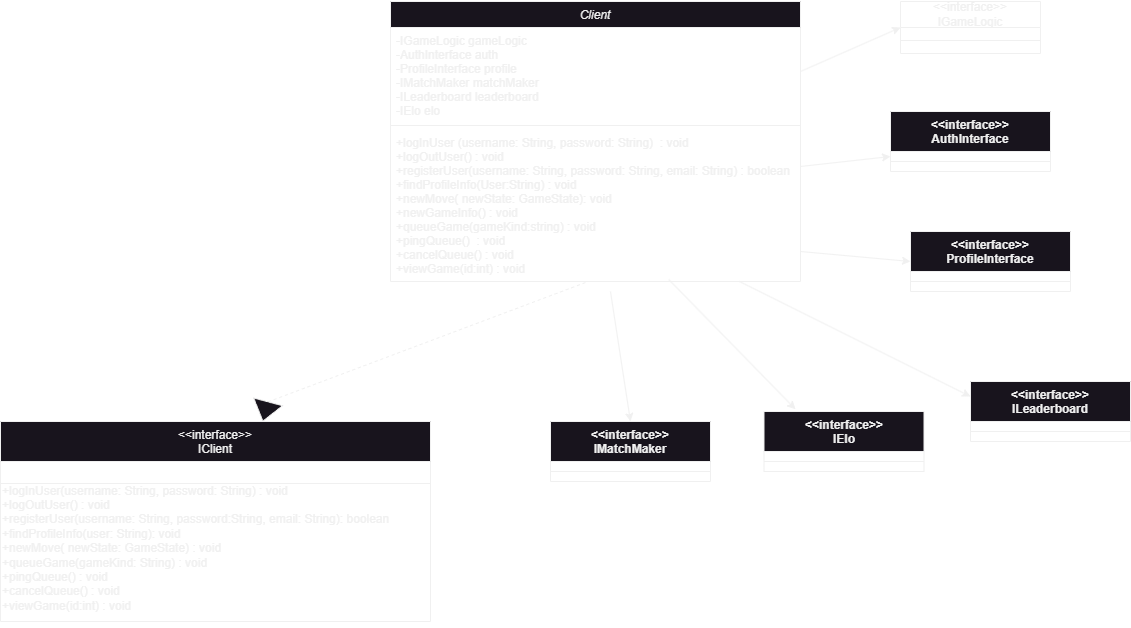
This is Networking-Diagrams/Client_classDiagram.png from aeMyst/Minigame-Portal, a draw.io export, as it was before one commit. Source tidied: cells renumbered, new cells last; positions are measured from the earlier drawing's top-left corner, leaving out a move shared by most shapes. The source it was exported from:
```xml
<mxGraphModel>
  <root>
    <mxCell id="0" />
    <mxCell id="1" parent="0" />
    <mxCell id="2" value="Client" style="swimlane;fontStyle=2;align=center;verticalAlign=top;horizontal=1;startSize=26;rounded=0;shadow=0;strokeWidth=1;" parent="1" vertex="1">
      <mxGeometry x="390" width="410" height="280" as="geometry" />
    </mxCell>
    <mxCell id="3" value="-IGameLogic gameLogic&#10;-AuthInterface auth&#10;-ProfileInterface profile&#10;-IMatchMaker matchMaker&#10;-ILeaderboard leaderboard&#10;-IElo elo&#10;" style="text;align=left;verticalAlign=top;spacingLeft=4;spacingRight=4;overflow=hidden;" parent="2" vertex="1">
      <mxGeometry y="26" width="410" height="94" as="geometry" />
    </mxCell>
    <mxCell id="4" style="line;html=1;strokeWidth=1;align=left;verticalAlign=middle;spacingTop=-1;spacingLeft=3;spacingRight=3;labelPosition=right;" parent="2" vertex="1">
      <mxGeometry y="120" width="410" height="8" as="geometry" />
    </mxCell>
    <mxCell id="5" value="+logInUser (username: String, password: String)  : void&#10;+logOutUser() : void&#10;+registerUser(username: String, password: String, email: String) : boolean&#10;+findProfileInfo(User:String) : void&#10;+newMove( newState: GameState): void&#10;+newGameInfo() : void&#10;+queueGame(gameKind:string) : void&#10;+pingQueue()  : void&#10;+cancelQueue() : void&#10;+viewGame(id:int) : void&#10;&#10;" style="text;align=left;verticalAlign=top;spacingLeft=4;spacingRight=4;overflow=hidden;points=[[0,0.5],[1,0.5]];portConstraint=eastwest;" parent="2" vertex="1">
      <mxGeometry y="128" width="410" height="150" as="geometry" />
    </mxCell>
    <mxCell id="6" style="endArrow=classic;html=1;rounded=0;entryX=0;entryY=0.25;entryDx=0;entryDy=0;" parent="2" edge="1" target="20">
      <mxGeometry relative="1" as="geometry">
        <mxPoint x="349" y="280" as="sourcePoint" />
      </mxGeometry>
    </mxCell>
    <mxCell id="7" value="&lt;&lt;interface&gt;&gt;&#10;IClient" style="swimlane;fontStyle=0;align=center;verticalAlign=top;horizontal=1;startSize=40;rounded=0;shadow=0;strokeWidth=1;" parent="1" vertex="1">
      <mxGeometry y="420" width="430" height="200" as="geometry" />
    </mxCell>
    <mxCell id="8" style="line;html=1;strokeWidth=1;align=left;verticalAlign=middle;spacingTop=-1;spacingLeft=3;spacingRight=3;labelPosition=right;" parent="7" vertex="1">
      <mxGeometry y="40" width="430" height="44" as="geometry" />
    </mxCell>
    <mxCell id="9" value="+logInUser(username: String, password: String) : void&lt;div&gt;+logOutUser() : void&lt;/div&gt;&lt;div&gt;+registerUser(username: String, password:String, email: String): boolean&lt;/div&gt;&lt;div&gt;+findProfileInfo(user: String): void&lt;/div&gt;&lt;div&gt;+newMove( newState: GameState) : void&lt;/div&gt;&lt;div&gt;+queueGame(gameKind: String) : void&lt;/div&gt;&lt;div&gt;+pingQueue() : void&lt;/div&gt;&lt;div&gt;+cancelQueue() : void&lt;/div&gt;&lt;div&gt;+viewGame(id:int) : void&lt;/div&gt;&lt;div&gt;&lt;br&gt;&lt;/div&gt;" style="text;html=1;align=left;verticalAlign=middle;whiteSpace=wrap;rounded=0;" parent="7" vertex="1">
      <mxGeometry y="84" width="430" height="100" as="geometry" />
    </mxCell>
    <mxCell id="10" style="endArrow=none;dashed=1;html=1;rounded=0;exitX=0;exitY=0.5;exitDx=0;exitDy=0;" parent="1" edge="1" source="11">
      <mxGeometry relative="1" as="geometry">
        <mxPoint x="587.8" y="280" as="targetPoint" />
      </mxGeometry>
    </mxCell>
    <mxCell id="11" style="triangle;whiteSpace=wrap;html=1;direction=south;rotation=15;" parent="1" vertex="1">
      <mxGeometry x="250" y="400" width="30" height="20" as="geometry" />
    </mxCell>
    <mxCell id="12" value="&amp;lt;&amp;lt;interface&amp;gt;&amp;gt;&lt;div&gt;IGameLogic&lt;/div&gt;" style="swimlane;fontStyle=0;horizontal=1;startSize=26;fillColor=none;whiteSpace=wrap;html=1;" parent="1" vertex="1">
      <mxGeometry x="900" width="140" height="52" as="geometry" />
    </mxCell>
    <mxCell id="13" style="endArrow=none;html=1;rounded=0;entryX=1;entryY=0.75;entryDx=0;entryDy=0;exitX=0;exitY=0.75;exitDx=0;exitDy=0;" parent="1" edge="1" source="12" target="12">
      <mxGeometry relative="1" as="geometry" />
    </mxCell>
    <mxCell id="14" value="&amp;lt;&amp;lt;interface&amp;gt;&amp;gt;&lt;div&gt;AuthInterface&lt;/div&gt;" style="swimlane;fontStyle=1;align=center;verticalAlign=top;horizontal=1;startSize=40;whiteSpace=wrap;html=1;" parent="1" vertex="1">
      <mxGeometry x="890" y="110" width="160" height="60" as="geometry" />
    </mxCell>
    <mxCell id="15" style="line;strokeWidth=1;fillColor=none;align=left;verticalAlign=middle;spacingTop=-1;spacingLeft=3;spacingRight=3;labelPosition=right;strokeColor=inherit;" parent="14" vertex="1">
      <mxGeometry y="40" width="160" height="20" as="geometry" />
    </mxCell>
    <mxCell id="16" value="&amp;lt;&amp;lt;interface&amp;gt;&amp;gt;&lt;div&gt;ProfileInterface&lt;/div&gt;" style="swimlane;fontStyle=1;align=center;verticalAlign=top;horizontal=1;startSize=40;whiteSpace=wrap;html=1;" parent="1" vertex="1">
      <mxGeometry x="910" y="230" width="160" height="60" as="geometry" />
    </mxCell>
    <mxCell id="17" style="line;strokeWidth=1;fillColor=none;align=left;verticalAlign=middle;spacingTop=-1;spacingLeft=3;spacingRight=3;labelPosition=right;strokeColor=inherit;" parent="16" vertex="1">
      <mxGeometry y="40" width="160" height="20" as="geometry" />
    </mxCell>
    <mxCell id="18" value="&amp;lt;&amp;lt;interface&amp;gt;&amp;gt;&lt;div&gt;IMatchMaker&lt;/div&gt;" style="swimlane;fontStyle=1;align=center;verticalAlign=top;horizontal=1;startSize=40;whiteSpace=wrap;html=1;" parent="1" vertex="1">
      <mxGeometry x="550" y="420" width="160" height="60" as="geometry" />
    </mxCell>
    <mxCell id="19" style="line;strokeWidth=1;fillColor=none;align=left;verticalAlign=middle;spacingTop=-1;spacingLeft=3;spacingRight=3;labelPosition=right;strokeColor=inherit;" parent="18" vertex="1">
      <mxGeometry y="40" width="160" height="20" as="geometry" />
    </mxCell>
    <mxCell id="20" value="&amp;lt;&amp;lt;interface&amp;gt;&amp;gt;&lt;div&gt;ILeaderboard&lt;/div&gt;" style="swimlane;fontStyle=1;align=center;verticalAlign=top;horizontal=1;startSize=40;whiteSpace=wrap;html=1;" parent="1" vertex="1">
      <mxGeometry x="970" y="380" width="160" height="60" as="geometry" />
    </mxCell>
    <mxCell id="21" style="line;strokeWidth=1;fillColor=none;align=left;verticalAlign=middle;spacingTop=-1;spacingLeft=3;spacingRight=3;labelPosition=right;strokeColor=inherit;" parent="20" vertex="1">
      <mxGeometry y="40" width="160" height="20" as="geometry" />
    </mxCell>
    <mxCell id="22" value="&amp;lt;&amp;lt;interface&amp;gt;&amp;gt;&lt;div&gt;IElo&lt;/div&gt;" style="swimlane;fontStyle=1;align=center;verticalAlign=top;horizontal=1;startSize=40;whiteSpace=wrap;html=1;" parent="1" vertex="1">
      <mxGeometry x="763.5" y="410" width="160" height="60" as="geometry" />
    </mxCell>
    <mxCell id="23" style="line;strokeWidth=1;fillColor=none;align=left;verticalAlign=middle;spacingTop=-1;spacingLeft=3;spacingRight=3;labelPosition=right;strokeColor=inherit;" parent="22" vertex="1">
      <mxGeometry y="40" width="160" height="20" as="geometry" />
    </mxCell>
    <mxCell id="24" style="endArrow=classic;html=1;rounded=0;entryX=0;entryY=0.5;entryDx=0;entryDy=0;" parent="1" edge="1" target="12">
      <mxGeometry relative="1" as="geometry">
        <mxPoint x="800" y="70" as="sourcePoint" />
      </mxGeometry>
    </mxCell>
    <mxCell id="25" style="endArrow=classic;html=1;rounded=0;entryX=0;entryY=0.75;entryDx=0;entryDy=0;" parent="1" edge="1" target="14">
      <mxGeometry relative="1" as="geometry">
        <mxPoint x="800" y="165" as="sourcePoint" />
      </mxGeometry>
    </mxCell>
    <mxCell id="26" style="endArrow=classic;html=1;rounded=0;entryX=0;entryY=0.5;entryDx=0;entryDy=0;" parent="1" edge="1" target="16">
      <mxGeometry relative="1" as="geometry">
        <mxPoint x="800" y="250" as="sourcePoint" />
      </mxGeometry>
    </mxCell>
    <mxCell id="27" style="endArrow=classic;html=1;rounded=0;entryX=0.197;entryY=-0.037;entryDx=0;entryDy=0;entryPerimeter=0;" parent="1" edge="1" source="5" target="22">
      <mxGeometry relative="1" as="geometry" />
    </mxCell>
    <mxCell id="28" style="endArrow=classic;html=1;rounded=0;entryX=0.5;entryY=0;entryDx=0;entryDy=0;" parent="1" edge="1" target="18">
      <mxGeometry relative="1" as="geometry">
        <mxPoint x="610" y="290" as="sourcePoint" />
      </mxGeometry>
    </mxCell>
  </root>
</mxGraphModel>
```
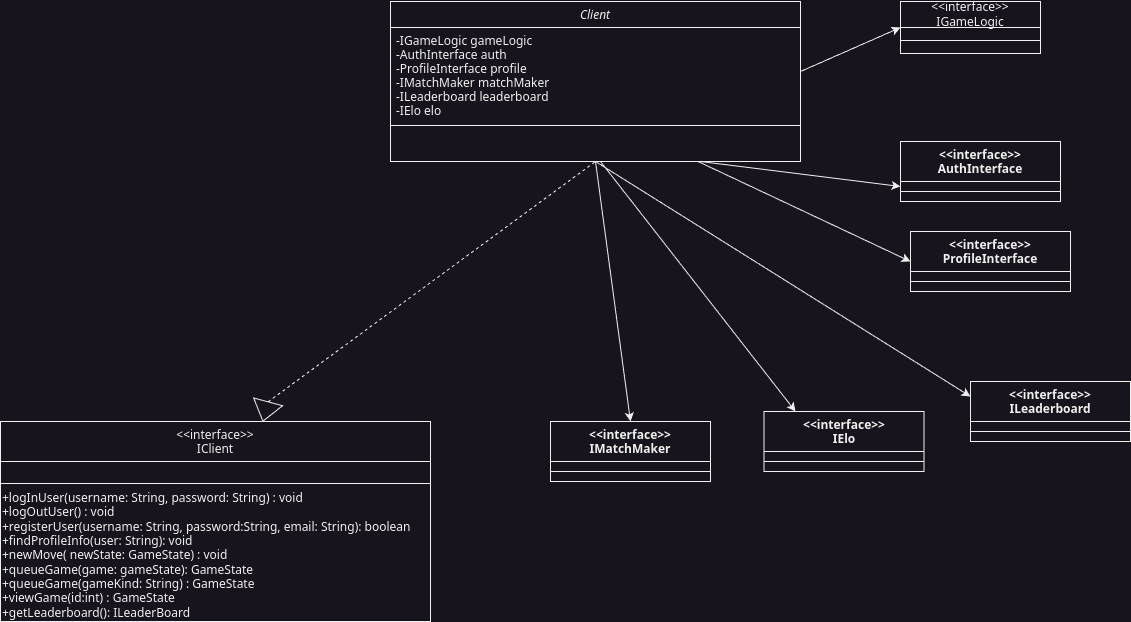
Later version of the same file.

Commit message:
Made Changes to the Client Class

Diff of the diagram source:
```diff
@@ -3,7 +3,7 @@
     <mxCell id="0" />
     <mxCell id="1" parent="0" />
     <mxCell id="2" value="Client" style="swimlane;fontStyle=2;align=center;verticalAlign=top;horizontal=1;startSize=26;rounded=0;shadow=0;strokeWidth=1;" parent="1" vertex="1">
-      <mxGeometry x="390" width="410" height="280" as="geometry" />
+      <mxGeometry x="390" width="410" height="160" as="geometry" />
     </mxCell>
     <mxCell id="3" value="-IGameLogic gameLogic&#10;-AuthInterface auth&#10;-ProfileInterface profile&#10;-IMatchMaker matchMaker&#10;-ILeaderboard leaderboard&#10;-IElo elo&#10;" style="text;align=left;verticalAlign=top;spacingLeft=4;spacingRight=4;overflow=hidden;" parent="2" vertex="1">
       <mxGeometry y="26" width="410" height="94" as="geometry" />
@@ -11,27 +11,17 @@
     <mxCell id="4" style="line;html=1;strokeWidth=1;align=left;verticalAlign=middle;spacingTop=-1;spacingLeft=3;spacingRight=3;labelPosition=right;" parent="2" vertex="1">
       <mxGeometry y="120" width="410" height="8" as="geometry" />
     </mxCell>
-    <mxCell id="5" value="+logInUser (username: String, password: String)  : void&#10;+logOutUser() : void&#10;+registerUser(username: String, password: String, email: String) : boolean&#10;+findProfileInfo(User:String) : void&#10;+newMove( newState: GameState): void&#10;+newGameInfo() : void&#10;+queueGame(gameKind:string) : void&#10;+pingQueue()  : void&#10;+cancelQueue() : void&#10;+viewGame(id:int) : void&#10;&#10;" style="text;align=left;verticalAlign=top;spacingLeft=4;spacingRight=4;overflow=hidden;points=[[0,0.5],[1,0.5]];portConstraint=eastwest;" parent="2" vertex="1">
-      <mxGeometry y="128" width="410" height="150" as="geometry" />
-    </mxCell>
-    <mxCell id="6" style="endArrow=classic;html=1;rounded=0;entryX=0;entryY=0.25;entryDx=0;entryDy=0;" parent="2" edge="1" target="20">
-      <mxGeometry relative="1" as="geometry">
-        <mxPoint x="349" y="280" as="sourcePoint" />
-      </mxGeometry>
-    </mxCell>
     <mxCell id="7" value="&lt;&lt;interface&gt;&gt;&#10;IClient" style="swimlane;fontStyle=0;align=center;verticalAlign=top;horizontal=1;startSize=40;rounded=0;shadow=0;strokeWidth=1;" parent="1" vertex="1">
       <mxGeometry y="420" width="430" height="200" as="geometry" />
     </mxCell>
     <mxCell id="8" style="line;html=1;strokeWidth=1;align=left;verticalAlign=middle;spacingTop=-1;spacingLeft=3;spacingRight=3;labelPosition=right;" parent="7" vertex="1">
       <mxGeometry y="40" width="430" height="44" as="geometry" />
     </mxCell>
-    <mxCell id="9" value="+logInUser(username: String, password: String) : void&lt;div&gt;+logOutUser() : void&lt;/div&gt;&lt;div&gt;+registerUser(username: String, password:String, email: String): boolean&lt;/div&gt;&lt;div&gt;+findProfileInfo(user: String): void&lt;/div&gt;&lt;div&gt;+newMove( newState: GameState) : void&lt;/div&gt;&lt;div&gt;+queueGame(gameKind: String) : void&lt;/div&gt;&lt;div&gt;+pingQueue() : void&lt;/div&gt;&lt;div&gt;+cancelQueue() : void&lt;/div&gt;&lt;div&gt;+viewGame(id:int) : void&lt;/div&gt;&lt;div&gt;&lt;br&gt;&lt;/div&gt;" style="text;html=1;align=left;verticalAlign=middle;whiteSpace=wrap;rounded=0;" parent="7" vertex="1">
+    <mxCell id="9" value="+logInUser(username: String, password: String) : void&lt;div&gt;+logOutUser() : void&lt;/div&gt;&lt;div&gt;+registerUser(username: String, password:String, email: String): boolean&lt;/div&gt;&lt;div&gt;+findProfileInfo(user: String): void&lt;/div&gt;&lt;div&gt;+newMove( newState: GameState) : void&lt;/div&gt;&lt;div&gt;+queueGame(game: gameState): GameState&lt;/div&gt;&lt;div&gt;+queueGame(gameKind: String) : GameState&lt;/div&gt;&lt;div&gt;+viewGame(id:int) : GameState&lt;/div&gt;&lt;div&gt;+getLeaderboard(): ILeaderBoard&lt;/div&gt;" style="text;html=1;align=left;verticalAlign=middle;whiteSpace=wrap;rounded=0;" parent="7" vertex="1">
       <mxGeometry y="84" width="430" height="100" as="geometry" />
     </mxCell>
-    <mxCell id="10" style="endArrow=none;dashed=1;html=1;rounded=0;exitX=0;exitY=0.5;exitDx=0;exitDy=0;" parent="1" edge="1" source="11">
-      <mxGeometry relative="1" as="geometry">
-        <mxPoint x="587.8" y="280" as="targetPoint" />
-      </mxGeometry>
+    <mxCell id="10" style="endArrow=none;dashed=1;html=1;rounded=0;exitX=0;exitY=0.5;exitDx=0;exitDy=0;entryX=0.5;entryY=1;entryDx=0;entryDy=0;" parent="1" edge="1" source="11" target="2">
+      <mxGeometry relative="1" as="geometry" />
     </mxCell>
     <mxCell id="11" style="triangle;whiteSpace=wrap;html=1;direction=south;rotation=15;" parent="1" vertex="1">
       <mxGeometry x="250" y="400" width="30" height="20" as="geometry" />
@@ -43,7 +33,7 @@
       <mxGeometry relative="1" as="geometry" />
     </mxCell>
     <mxCell id="14" value="&amp;lt;&amp;lt;interface&amp;gt;&amp;gt;&lt;div&gt;AuthInterface&lt;/div&gt;" style="swimlane;fontStyle=1;align=center;verticalAlign=top;horizontal=1;startSize=40;whiteSpace=wrap;html=1;" parent="1" vertex="1">
-      <mxGeometry x="890" y="110" width="160" height="60" as="geometry" />
+      <mxGeometry x="900" y="140" width="160" height="60" as="geometry" />
     </mxCell>
     <mxCell id="15" style="line;strokeWidth=1;fillColor=none;align=left;verticalAlign=middle;spacingTop=-1;spacingLeft=3;spacingRight=3;labelPosition=right;strokeColor=inherit;" parent="14" vertex="1">
       <mxGeometry y="40" width="160" height="20" as="geometry" />
@@ -79,21 +69,23 @@
     </mxCell>
     <mxCell id="25" style="endArrow=classic;html=1;rounded=0;entryX=0;entryY=0.75;entryDx=0;entryDy=0;" parent="1" edge="1" target="14">
       <mxGeometry relative="1" as="geometry">
-        <mxPoint x="800" y="165" as="sourcePoint" />
+        <mxPoint x="700" y="160" as="sourcePoint" />
       </mxGeometry>
     </mxCell>
-    <mxCell id="26" style="endArrow=classic;html=1;rounded=0;entryX=0;entryY=0.5;entryDx=0;entryDy=0;" parent="1" edge="1" target="16">
-      <mxGeometry relative="1" as="geometry">
-        <mxPoint x="800" y="250" as="sourcePoint" />
-      </mxGeometry>
+    <mxCell id="26" style="endArrow=classic;html=1;rounded=0;entryX=0;entryY=0.5;entryDx=0;entryDy=0;exitX=0.75;exitY=1;exitDx=0;exitDy=0;" parent="1" edge="1" source="2" target="16">
+      <mxGeometry relative="1" as="geometry" />
     </mxCell>
-    <mxCell id="27" style="endArrow=classic;html=1;rounded=0;entryX=0.197;entryY=-0.037;entryDx=0;entryDy=0;entryPerimeter=0;" parent="1" edge="1" source="5" target="22">
-      <mxGeometry relative="1" as="geometry" />
+    <mxCell id="27" style="endArrow=classic;html=1;rounded=0;entryX=0.197;entryY=-0.037;entryDx=0;entryDy=0;entryPerimeter=0;" parent="1" edge="1">
+      <mxGeometry relative="1" as="geometry">
+        <mxPoint x="600" y="160" as="sourcePoint" />
+        <mxPoint x="795" y="410" as="targetPoint" />
+      </mxGeometry>
     </mxCell>
-    <mxCell id="28" style="endArrow=classic;html=1;rounded=0;entryX=0.5;entryY=0;entryDx=0;entryDy=0;" parent="1" edge="1" target="18">
-      <mxGeometry relative="1" as="geometry">
-        <mxPoint x="610" y="290" as="sourcePoint" />
-      </mxGeometry>
+    <mxCell id="28" style="endArrow=classic;html=1;rounded=0;entryX=0.5;entryY=0;entryDx=0;entryDy=0;exitX=0.5;exitY=1;exitDx=0;exitDy=0;" parent="1" edge="1" source="2" target="18">
+      <mxGeometry relative="1" as="geometry" />
     </mxCell>
+    <mxCell id="6" style="endArrow=classic;html=1;rounded=0;entryX=0;entryY=0.25;entryDx=0;entryDy=0;exitX=0.5;exitY=1;exitDx=0;exitDy=0;" parent="1" edge="1" source="2" target="20">
+      <mxGeometry relative="1" as="geometry" />
+    </mxCell>
   </root>
 </mxGraphModel>
```
